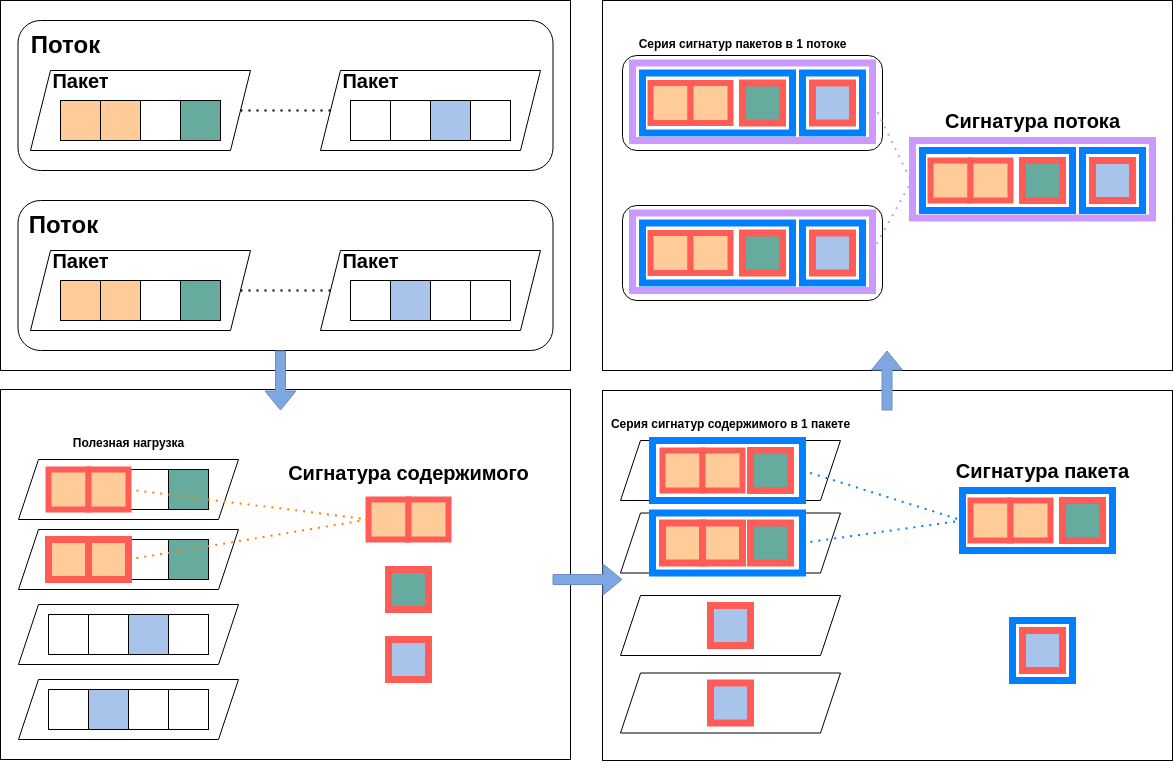
Earlier version of the draw.io export images/signature_structure.png (Panterrich/AutoSignatureGenerator). Source tidied: cells renumbered, new cells last; positions are measured from the earlier drawing's top-left corner, leaving out a move shared by most shapes.
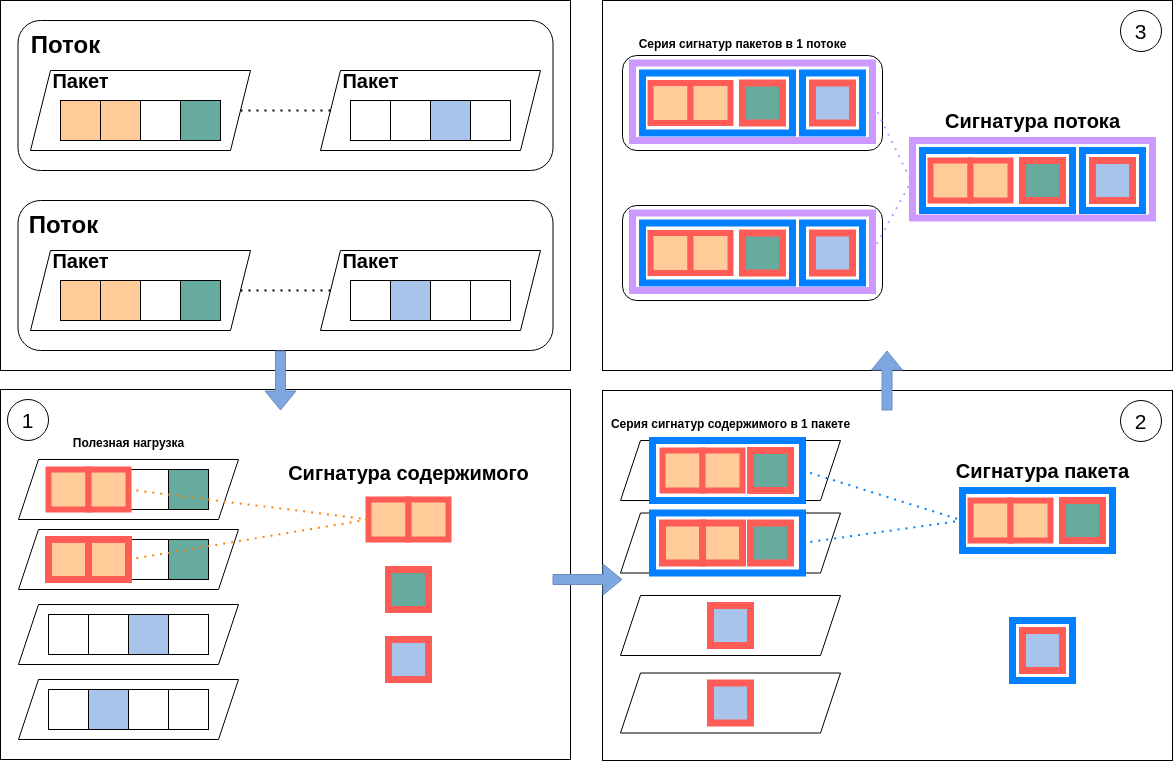
Above is the later version.

Diff of the diagram source:
```diff
@@ -385,5 +385,14 @@
         <mxPoint x="886.5" y="350" as="targetPoint" />
       </mxGeometry>
     </mxCell>
+    <mxCell id="126" value="&lt;font style=&quot;font-size: 21px;&quot;&gt;1&lt;/font&gt;" style="ellipse;whiteSpace=wrap;html=1;" parent="1" vertex="1">
+      <mxGeometry x="7" y="399" width="41" height="41" as="geometry" />
+    </mxCell>
+    <mxCell id="127" value="&lt;font style=&quot;font-size: 21px;&quot;&gt;2&lt;/font&gt;" style="ellipse;whiteSpace=wrap;html=1;" parent="1" vertex="1">
+      <mxGeometry x="1120" y="400" width="41" height="41" as="geometry" />
+    </mxCell>
+    <mxCell id="128" value="&lt;font style=&quot;font-size: 21px;&quot;&gt;3&lt;/font&gt;" style="ellipse;whiteSpace=wrap;html=1;" parent="1" vertex="1">
+      <mxGeometry x="1120" y="10" width="41" height="41" as="geometry" />
+    </mxCell>
   </root>
 </mxGraphModel>
```
